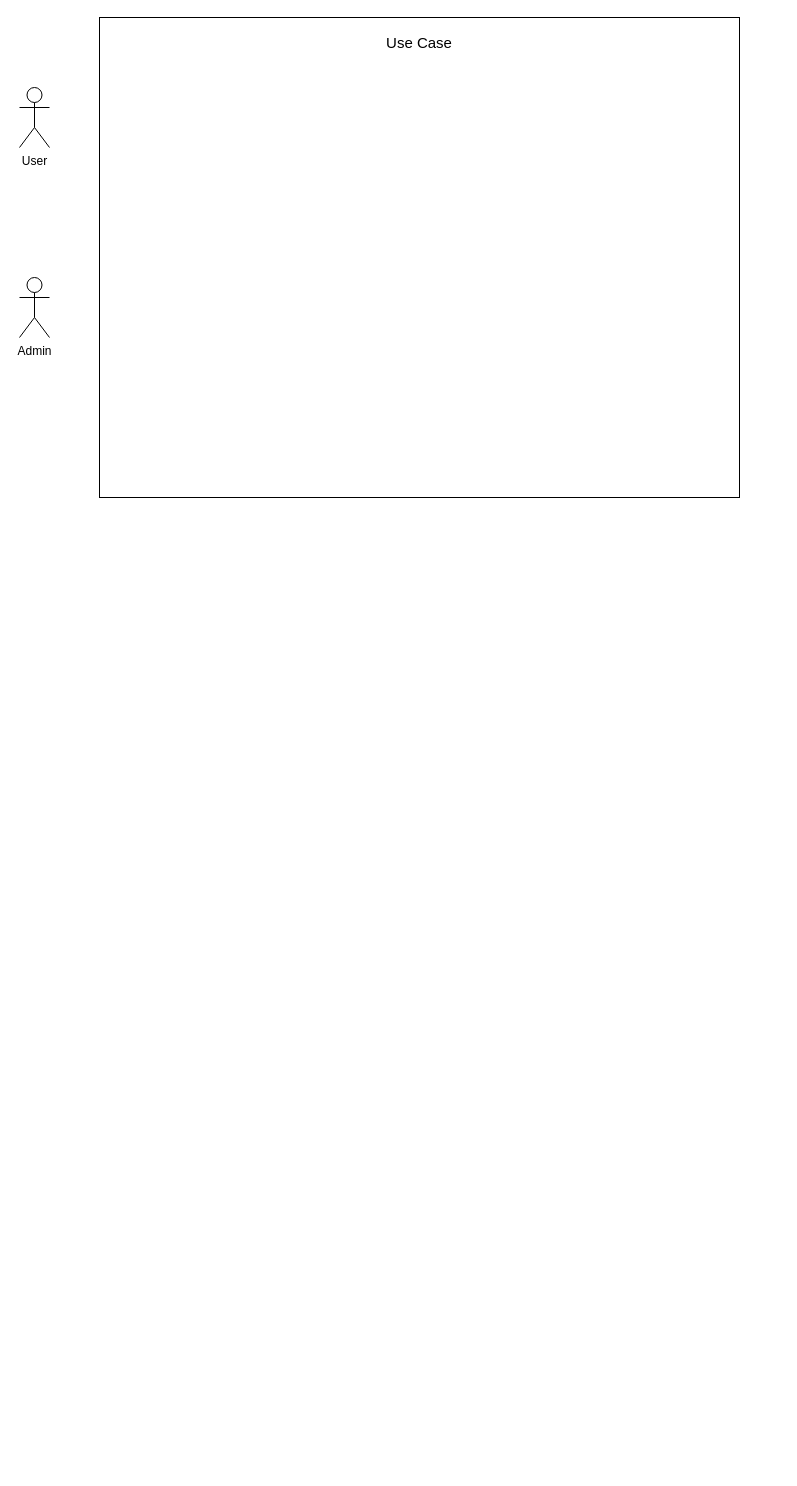
The draw.io diagram conception.drawio in aminelebrini/Greenify, before the edit. Source tidied: cells renumbered, new cells numbered last; positions are measured from the earlier drawing's top-left corner, leaving out a move shared by most shapes. Both pictures are drawn from the tidied source at 100%, with x=0, y=0 at pixel (19, 17).
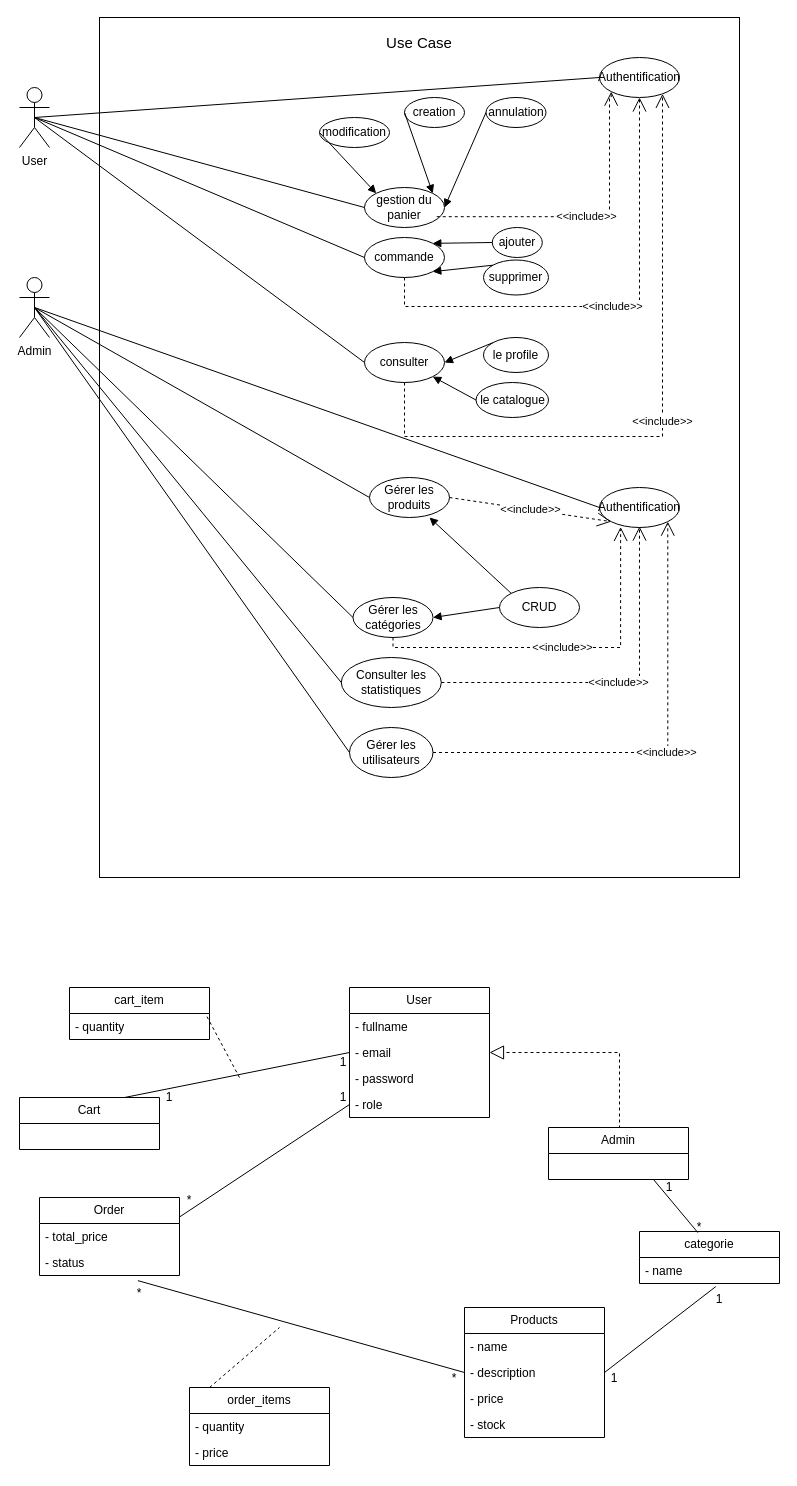
The same page after the edit.

Unchanged cells that the change refers to:
```xml
<mxCell id="4" value="User" style="shape=umlActor;verticalLabelPosition=bottom;verticalAlign=top;html=1;" parent="1" vertex="1">
  <mxGeometry y="70" width="30" height="60" as="geometry" />
</mxCell>
<mxCell id="5" value="Admin" style="shape=umlActor;verticalLabelPosition=bottom;verticalAlign=top;html=1;" parent="1" vertex="1">
  <mxGeometry y="260" width="30" height="60" as="geometry" />
</mxCell>
```

The edit, as a diff of the source:
```diff
@@
     <mxCell id="2" style="rounded=0;whiteSpace=wrap;html=1;" parent="1" vertex="1">
-      <mxGeometry x="80" width="640" height="480" as="geometry" />
+      <mxGeometry x="80" width="640" height="860" as="geometry" />
     </mxCell>
@@
+    <mxCell id="6" value="Authentification" style="ellipse;whiteSpace=wrap;html=1;" parent="1" vertex="1">
+      <mxGeometry x="580" y="40" width="80" height="40" as="geometry" />
+    </mxCell>
+    <mxCell id="7" value="gestion du panier" style="ellipse;whiteSpace=wrap;html=1;" parent="1" vertex="1">
+      <mxGeometry x="345" y="170" width="80" height="40" as="geometry" />
+    </mxCell>
+    <mxCell id="8" value="creation" style="ellipse;whiteSpace=wrap;html=1;" parent="1" vertex="1">
+      <mxGeometry x="385" y="80" width="60" height="30" as="geometry" />
+    </mxCell>
+    <mxCell id="9" value="annulation" style="ellipse;whiteSpace=wrap;html=1;" parent="1" vertex="1">
+      <mxGeometry x="466.5" y="80" width="60" height="30" as="geometry" />
+    </mxCell>
+    <mxCell id="10" style="endArrow=none;html=1;rounded=0;exitX=0.5;exitY=0.5;exitDx=0;exitDy=0;exitPerimeter=0;entryX=0;entryY=0.5;entryDx=0;entryDy=0;" parent="1" edge="1" source="4" target="7">
+      <mxGeometry relative="1" as="geometry" />
+    </mxCell>
+    <mxCell id="11" style="endArrow=block;endFill=1;html=1;align=left;verticalAlign=top;rounded=0;entryX=1;entryY=0;entryDx=0;entryDy=0;exitX=0;exitY=0.5;exitDx=0;exitDy=0;" parent="1" edge="1" source="8" target="7">
+      <mxGeometry x="-1" relative="1" as="geometry" />
+    </mxCell>
+    <mxCell id="12" style="endArrow=block;endFill=1;html=1;align=left;verticalAlign=top;rounded=0;entryX=1;entryY=0.5;entryDx=0;entryDy=0;exitX=0;exitY=0.5;exitDx=0;exitDy=0;" parent="1" edge="1" source="9" target="7">
+      <mxGeometry x="-1" relative="1" as="geometry" />
+    </mxCell>
+    <mxCell id="13" value="modification" style="ellipse;whiteSpace=wrap;html=1;" parent="1" vertex="1">
+      <mxGeometry x="300" y="100" width="70" height="30" as="geometry" />
+    </mxCell>
+    <mxCell id="14" style="endArrow=block;endFill=1;html=1;align=left;verticalAlign=top;rounded=0;entryX=0;entryY=0;entryDx=0;entryDy=0;exitX=0;exitY=0.5;exitDx=0;exitDy=0;" parent="1" edge="1" source="13" target="7">
+      <mxGeometry x="-1" relative="1" as="geometry" />
+    </mxCell>
+    <mxCell id="15" style="endArrow=none;html=1;rounded=0;exitX=0.5;exitY=0.5;exitDx=0;exitDy=0;exitPerimeter=0;entryX=0;entryY=0.5;entryDx=0;entryDy=0;" parent="1" edge="1" source="4" target="6">
+      <mxGeometry relative="1" as="geometry" />
+    </mxCell>
+    <mxCell id="16" value="commande" style="ellipse;whiteSpace=wrap;html=1;" parent="1" vertex="1">
+      <mxGeometry x="345" y="220" width="80" height="40" as="geometry" />
+    </mxCell>
+    <mxCell id="17" style="endArrow=none;html=1;rounded=0;exitX=0.5;exitY=0.5;exitDx=0;exitDy=0;exitPerimeter=0;entryX=0;entryY=0.5;entryDx=0;entryDy=0;" parent="1" edge="1" source="4" target="16">
+      <mxGeometry relative="1" as="geometry" />
+    </mxCell>
+    <mxCell id="18" value="ajouter" style="ellipse;whiteSpace=wrap;html=1;" parent="1" vertex="1">
+      <mxGeometry x="472.8" y="210" width="50" height="30" as="geometry" />
+    </mxCell>
+    <mxCell id="19" value="supprimer" style="ellipse;whiteSpace=wrap;html=1;" parent="1" vertex="1">
+      <mxGeometry x="464" y="242.5" width="65" height="35" as="geometry" />
+    </mxCell>
+    <mxCell id="20" style="endArrow=block;endFill=1;html=1;align=left;verticalAlign=top;rounded=0;entryX=1;entryY=0;entryDx=0;entryDy=0;exitX=0;exitY=0.5;exitDx=0;exitDy=0;" parent="1" edge="1" source="18" target="16">
+      <mxGeometry x="-1" relative="1" as="geometry" />
+    </mxCell>
+    <mxCell id="21" style="endArrow=block;endFill=1;html=1;align=left;verticalAlign=top;rounded=0;entryX=1;entryY=1;entryDx=0;entryDy=0;exitX=0;exitY=0;exitDx=0;exitDy=0;" parent="1" edge="1" source="19" target="16">
+      <mxGeometry x="-1" relative="1" as="geometry" />
+    </mxCell>
+    <mxCell id="22" value="consulter" style="ellipse;whiteSpace=wrap;html=1;" parent="1" vertex="1">
+      <mxGeometry x="345" y="325" width="80" height="40" as="geometry" />
+    </mxCell>
+    <mxCell id="23" value="le profile" style="ellipse;whiteSpace=wrap;html=1;" parent="1" vertex="1">
+      <mxGeometry x="464" y="320" width="65" height="35" as="geometry" />
+    </mxCell>
+    <mxCell id="24" style="endArrow=block;endFill=1;html=1;align=left;verticalAlign=top;rounded=0;entryX=1;entryY=0.5;entryDx=0;entryDy=0;exitX=0;exitY=0;exitDx=0;exitDy=0;" parent="1" edge="1" source="23" target="22">
+      <mxGeometry x="-1" relative="1" as="geometry" />
+    </mxCell>
+    <mxCell id="25" value="le catalogue" style="ellipse;whiteSpace=wrap;html=1;" parent="1" vertex="1">
+      <mxGeometry x="456.5" y="365" width="72.5" height="35" as="geometry" />
+    </mxCell>
+    <mxCell id="26" style="endArrow=block;endFill=1;html=1;align=left;verticalAlign=top;rounded=0;entryX=1;entryY=1;entryDx=0;entryDy=0;exitX=0;exitY=0.5;exitDx=0;exitDy=0;" parent="1" edge="1" source="25" target="22">
+      <mxGeometry x="-1" relative="1" as="geometry" />
+    </mxCell>
+    <mxCell id="27" style="endArrow=none;html=1;rounded=0;exitX=0.5;exitY=0.5;exitDx=0;exitDy=0;exitPerimeter=0;entryX=0;entryY=0.5;entryDx=0;entryDy=0;" parent="1" edge="1" source="4" target="22">
+      <mxGeometry relative="1" as="geometry" />
+    </mxCell>
+    <mxCell id="28" value="&amp;lt;&amp;lt;include&amp;gt;&amp;gt;" style="endArrow=open;endSize=12;dashed=1;html=1;rounded=0;entryX=0;entryY=1;entryDx=0;entryDy=0;edgeStyle=orthogonalEdgeStyle;exitX=0.903;exitY=0.73;exitDx=0;exitDy=0;exitPerimeter=0;" parent="1" edge="1" source="7" target="6">
+      <mxGeometry relative="1" as="geometry">
+        <Array as="points">
+          <mxPoint x="590" y="199" />
+          <mxPoint x="590" y="80" />
+          <mxPoint x="592" y="80" />
+        </Array>
+      </mxGeometry>
+    </mxCell>
+    <mxCell id="29" value="&amp;lt;&amp;lt;include&amp;gt;&amp;gt;" style="endArrow=open;endSize=12;dashed=1;html=1;rounded=0;edgeStyle=orthogonalEdgeStyle;exitX=0.5;exitY=1;exitDx=0;exitDy=0;" parent="1" edge="1" source="16" target="6">
+      <mxGeometry relative="1" as="geometry">
+        <Array as="points">
+          <mxPoint x="385" y="289" />
+          <mxPoint x="620" y="289" />
+        </Array>
+      </mxGeometry>
+    </mxCell>
+    <mxCell id="30" value="&amp;lt;&amp;lt;include&amp;gt;&amp;gt;" style="endArrow=open;endSize=12;dashed=1;html=1;rounded=0;edgeStyle=orthogonalEdgeStyle;exitX=0.5;exitY=1;exitDx=0;exitDy=0;" parent="1" edge="1" source="22" target="6">
+      <mxGeometry relative="1" as="geometry">
+        <Array as="points">
+          <mxPoint x="385" y="419" />
+          <mxPoint x="643" y="419" />
+        </Array>
+      </mxGeometry>
+    </mxCell>
+    <mxCell id="31" value="Gérer les produits" style="ellipse;whiteSpace=wrap;html=1;" parent="1" vertex="1">
+      <mxGeometry x="350" y="460" width="80" height="40" as="geometry" />
+    </mxCell>
+    <mxCell id="32" value="Gérer les catégories" style="ellipse;whiteSpace=wrap;html=1;" parent="1" vertex="1">
+      <mxGeometry x="333.5" y="580" width="80" height="40" as="geometry" />
+    </mxCell>
+    <mxCell id="33" value="Consulter les statistiques" style="ellipse;whiteSpace=wrap;html=1;" parent="1" vertex="1">
+      <mxGeometry x="321.8" y="640" width="100" height="50" as="geometry" />
+    </mxCell>
+    <mxCell id="34" value="Gérer les utilisateurs" style="ellipse;whiteSpace=wrap;html=1;" parent="1" vertex="1">
+      <mxGeometry x="330" y="710" width="83.5" height="50" as="geometry" />
+    </mxCell>
+    <mxCell id="35" style="endArrow=none;html=1;rounded=0;exitX=0.5;exitY=0.5;exitDx=0;exitDy=0;exitPerimeter=0;entryX=0;entryY=0.5;entryDx=0;entryDy=0;" parent="1" edge="1" source="5" target="31">
+      <mxGeometry relative="1" as="geometry" />
+    </mxCell>
+    <mxCell id="36" style="endArrow=none;html=1;rounded=0;entryX=0;entryY=0.5;entryDx=0;entryDy=0;exitX=0.5;exitY=0.5;exitDx=0;exitDy=0;exitPerimeter=0;" parent="1" edge="1" source="5" target="32">
+      <mxGeometry relative="1" as="geometry" />
+    </mxCell>
+    <mxCell id="37" style="endArrow=none;html=1;rounded=0;exitX=0.5;exitY=0.5;exitDx=0;exitDy=0;exitPerimeter=0;entryX=0;entryY=0.5;entryDx=0;entryDy=0;" parent="1" edge="1" source="5" target="33">
+      <mxGeometry relative="1" as="geometry" />
+    </mxCell>
+    <mxCell id="38" style="endArrow=none;html=1;rounded=0;entryX=0;entryY=0.5;entryDx=0;entryDy=0;exitX=0.5;exitY=0.5;exitDx=0;exitDy=0;exitPerimeter=0;" parent="1" edge="1" source="5" target="34">
+      <mxGeometry relative="1" as="geometry" />
+    </mxCell>
+    <mxCell id="39" value="Authentification" style="ellipse;whiteSpace=wrap;html=1;" parent="1" vertex="1">
+      <mxGeometry x="580" y="470" width="80" height="40" as="geometry" />
+    </mxCell>
+    <mxCell id="40" style="endArrow=none;html=1;rounded=0;exitX=0.5;exitY=0.5;exitDx=0;exitDy=0;exitPerimeter=0;entryX=0;entryY=0.5;entryDx=0;entryDy=0;" parent="1" edge="1" source="5" target="39">
+      <mxGeometry relative="1" as="geometry" />
+    </mxCell>
+    <mxCell id="41" value="CRUD" style="ellipse;whiteSpace=wrap;html=1;" parent="1" vertex="1">
+      <mxGeometry x="480" y="570" width="80" height="40" as="geometry" />
+    </mxCell>
+    <mxCell id="42" style="endArrow=block;endFill=1;html=1;align=left;verticalAlign=top;rounded=0;entryX=0.75;entryY=1;entryDx=0;entryDy=0;exitX=0;exitY=0;exitDx=0;exitDy=0;entryPerimeter=0;" parent="1" edge="1" source="41" target="31">
+      <mxGeometry x="-1" relative="1" as="geometry" />
+    </mxCell>
+    <mxCell id="43" style="endArrow=block;endFill=1;html=1;align=left;verticalAlign=top;rounded=0;entryX=1;entryY=0.5;entryDx=0;entryDy=0;exitX=0;exitY=0.5;exitDx=0;exitDy=0;" parent="1" edge="1" source="41" target="32">
+      <mxGeometry x="-1" relative="1" as="geometry" />
+    </mxCell>
+    <mxCell id="44" value="&amp;lt;&amp;lt;include&amp;gt;&amp;gt;" style="endArrow=open;endSize=12;dashed=1;html=1;rounded=0;exitX=1;exitY=0.5;exitDx=0;exitDy=0;entryX=0;entryY=1;entryDx=0;entryDy=0;" parent="1" edge="1" source="31" target="39">
+      <mxGeometry relative="1" as="geometry" />
+    </mxCell>
+    <mxCell id="45" value="&amp;lt;&amp;lt;include&amp;gt;&amp;gt;" style="endArrow=open;endSize=12;dashed=1;html=1;rounded=0;exitX=0.5;exitY=1;exitDx=0;exitDy=0;entryX=0.264;entryY=0.987;entryDx=0;entryDy=0;edgeStyle=orthogonalEdgeStyle;entryPerimeter=0;" parent="1" edge="1" source="32" target="39">
+      <mxGeometry relative="1" as="geometry" />
+    </mxCell>
+    <mxCell id="46" value="&amp;lt;&amp;lt;include&amp;gt;&amp;gt;" style="endArrow=open;endSize=12;dashed=1;html=1;rounded=0;exitX=1;exitY=0.5;exitDx=0;exitDy=0;edgeStyle=orthogonalEdgeStyle;" parent="1" edge="1" source="33">
+      <mxGeometry relative="1" as="geometry">
+        <mxPoint x="620" y="509" as="targetPoint" />
+        <Array as="points">
+          <mxPoint x="620" y="665" />
+          <mxPoint x="620" y="509" />
+        </Array>
+      </mxGeometry>
+    </mxCell>
+    <mxCell id="47" value="&amp;lt;&amp;lt;include&amp;gt;&amp;gt;" style="endArrow=open;endSize=12;dashed=1;html=1;rounded=0;exitX=1;exitY=0.5;exitDx=0;exitDy=0;entryX=1;entryY=1;entryDx=0;entryDy=0;edgeStyle=orthogonalEdgeStyle;" parent="1" edge="1" source="34" target="39">
+      <mxGeometry relative="1" as="geometry" />
+    </mxCell>
+    <mxCell id="48" value="User" style="swimlane;fontStyle=0;horizontal=1;startSize=26;fillColor=none;whiteSpace=wrap;html=1;" parent="1" vertex="1">
+      <mxGeometry x="330" y="970" width="140" height="130" as="geometry" />
+    </mxCell>
+    <mxCell id="49" value="- fullname" style="text;strokeColor=none;fillColor=none;align=left;verticalAlign=top;spacingLeft=4;spacingRight=4;overflow=hidden;whiteSpace=wrap;html=1;" parent="48" vertex="1">
+      <mxGeometry y="26" width="140" height="26" as="geometry" />
+    </mxCell>
+    <mxCell id="50" value="- email" style="text;strokeColor=none;fillColor=none;align=left;verticalAlign=top;spacingLeft=4;spacingRight=4;overflow=hidden;points=[[0,0.5],[1,0.5]];portConstraint=eastwest;whiteSpace=wrap;html=1;" parent="48" vertex="1">
+      <mxGeometry y="52" width="140" height="26" as="geometry" />
+    </mxCell>
+    <mxCell id="51" value="- password" style="text;strokeColor=none;fillColor=none;align=left;verticalAlign=top;spacingLeft=4;spacingRight=4;overflow=hidden;whiteSpace=wrap;html=1;" parent="48" vertex="1">
+      <mxGeometry y="78" width="140" height="26" as="geometry" />
+    </mxCell>
+    <mxCell id="52" value="- role" style="text;strokeColor=none;fillColor=none;align=left;verticalAlign=top;spacingLeft=4;spacingRight=4;overflow=hidden;points=[[0,0.5],[1,0.5]];portConstraint=eastwest;whiteSpace=wrap;html=1;" parent="48" vertex="1">
+      <mxGeometry y="104" width="140" height="26" as="geometry" />
+    </mxCell>
+    <mxCell id="53" value="Cart" style="swimlane;fontStyle=0;horizontal=1;startSize=26;fillColor=none;whiteSpace=wrap;html=1;" parent="1" vertex="1">
+      <mxGeometry y="1080" width="140" height="52" as="geometry" />
+    </mxCell>
+    <mxCell id="54" value="Order" style="swimlane;fontStyle=0;horizontal=1;startSize=26;fillColor=none;whiteSpace=wrap;html=1;" parent="1" vertex="1">
+      <mxGeometry x="20" y="1180" width="140" height="78" as="geometry" />
+    </mxCell>
+    <mxCell id="55" value="- total_price" style="text;strokeColor=none;fillColor=none;align=left;verticalAlign=top;spacingLeft=4;spacingRight=4;overflow=hidden;whiteSpace=wrap;html=1;" parent="54" vertex="1">
+      <mxGeometry y="26" width="140" height="26" as="geometry" />
+    </mxCell>
+    <mxCell id="56" value="- status" style="text;strokeColor=none;fillColor=none;align=left;verticalAlign=top;spacingLeft=4;spacingRight=4;overflow=hidden;points=[[0,0.5],[1,0.5]];portConstraint=eastwest;whiteSpace=wrap;html=1;" parent="54" vertex="1">
+      <mxGeometry y="52" width="140" height="26" as="geometry" />
+    </mxCell>
+    <mxCell id="57" value="Products" style="swimlane;fontStyle=0;horizontal=1;startSize=26;fillColor=none;whiteSpace=wrap;html=1;" parent="1" vertex="1">
+      <mxGeometry x="445" y="1290" width="140" height="130" as="geometry" />
+    </mxCell>
+    <mxCell id="58" value="- name" style="text;strokeColor=none;fillColor=none;align=left;verticalAlign=top;spacingLeft=4;spacingRight=4;overflow=hidden;whiteSpace=wrap;html=1;" parent="57" vertex="1">
+      <mxGeometry y="26" width="140" height="26" as="geometry" />
+    </mxCell>
+    <mxCell id="59" value="-&amp;nbsp;description" style="text;strokeColor=none;fillColor=none;align=left;verticalAlign=top;spacingLeft=4;spacingRight=4;overflow=hidden;points=[[0,0.5],[1,0.5]];portConstraint=eastwest;whiteSpace=wrap;html=1;" parent="57" vertex="1">
+      <mxGeometry y="52" width="140" height="26" as="geometry" />
+    </mxCell>
+    <mxCell id="60" value="- price" style="text;strokeColor=none;fillColor=none;align=left;verticalAlign=top;spacingLeft=4;spacingRight=4;overflow=hidden;whiteSpace=wrap;html=1;" parent="57" vertex="1">
+      <mxGeometry y="78" width="140" height="26" as="geometry" />
+    </mxCell>
+    <mxCell id="61" value="- stock" style="text;strokeColor=none;fillColor=none;align=left;verticalAlign=top;spacingLeft=4;spacingRight=4;overflow=hidden;whiteSpace=wrap;html=1;" parent="57" vertex="1">
+      <mxGeometry y="104" width="140" height="26" as="geometry" />
+    </mxCell>
+    <mxCell id="62" value="Admin" style="swimlane;fontStyle=0;horizontal=1;startSize=26;fillColor=none;whiteSpace=wrap;html=1;" parent="1" vertex="1">
+      <mxGeometry x="529" y="1110" width="140" height="52" as="geometry" />
+    </mxCell>
+    <mxCell id="63" style="endArrow=block;dashed=1;endFill=0;endSize=12;html=1;rounded=0;entryX=1;entryY=0.5;entryDx=0;entryDy=0;edgeStyle=orthogonalEdgeStyle;exitX=0.5;exitY=0;exitDx=0;exitDy=0;" parent="1" edge="1" source="62" target="50">
+      <mxGeometry relative="1" as="geometry">
+        <Array as="points">
+          <mxPoint x="600" y="1110" />
+          <mxPoint x="600" y="1035" />
+        </Array>
+      </mxGeometry>
+    </mxCell>
+    <mxCell id="64" style="endArrow=none;html=1;rounded=0;entryX=0;entryY=0.5;entryDx=0;entryDy=0;exitX=0.75;exitY=0;exitDx=0;exitDy=0;" parent="1" edge="1" source="53" target="50">
+      <mxGeometry relative="1" as="geometry" />
+    </mxCell>
+    <mxCell id="65" value="cart_item" style="swimlane;fontStyle=0;horizontal=1;startSize=26;fillColor=none;whiteSpace=wrap;html=1;" parent="1" vertex="1">
+      <mxGeometry x="50" y="970" width="140" height="52" as="geometry" />
+    </mxCell>
+    <mxCell id="66" value="- quantity" style="text;strokeColor=none;fillColor=none;align=left;verticalAlign=top;spacingLeft=4;spacingRight=4;overflow=hidden;points=[[0,0.5],[1,0.5]];portConstraint=eastwest;whiteSpace=wrap;html=1;" parent="65" vertex="1">
+      <mxGeometry y="26" width="140" height="26" as="geometry" />
+    </mxCell>
+    <mxCell id="67" style="endArrow=none;dashed=1;html=1;rounded=0;entryX=0.972;entryY=0.021;entryDx=0;entryDy=0;entryPerimeter=0;" parent="1" edge="1" target="66">
+      <mxGeometry relative="1" as="geometry">
+        <mxPoint x="220" y="1060" as="sourcePoint" />
+      </mxGeometry>
+    </mxCell>
+    <mxCell id="68" value="order_items" style="swimlane;fontStyle=0;horizontal=1;startSize=26;fillColor=none;whiteSpace=wrap;html=1;" parent="1" vertex="1">
+      <mxGeometry x="170" y="1370" width="140" height="78" as="geometry" />
+    </mxCell>
+    <mxCell id="69" value="- quantity" style="text;strokeColor=none;fillColor=none;align=left;verticalAlign=top;spacingLeft=4;spacingRight=4;overflow=hidden;whiteSpace=wrap;html=1;" parent="68" vertex="1">
+      <mxGeometry y="26" width="140" height="26" as="geometry" />
+    </mxCell>
+    <mxCell id="70" value="- price" style="text;strokeColor=none;fillColor=none;align=left;verticalAlign=top;spacingLeft=4;spacingRight=4;overflow=hidden;whiteSpace=wrap;html=1;" parent="68" vertex="1">
+      <mxGeometry y="52" width="140" height="26" as="geometry" />
+    </mxCell>
+    <mxCell id="71" style="endArrow=none;html=1;rounded=0;exitX=1;exitY=0.25;exitDx=0;exitDy=0;entryX=0;entryY=0.5;entryDx=0;entryDy=0;" parent="1" edge="1" source="54" target="52">
+      <mxGeometry relative="1" as="geometry" />
+    </mxCell>
+    <mxCell id="72" style="endArrow=none;dashed=1;html=1;rounded=0;exitX=0.144;exitY=-0.001;exitDx=0;exitDy=0;exitPerimeter=0;" parent="1" edge="1" source="68">
+      <mxGeometry relative="1" as="geometry">
+        <mxPoint x="260" y="1310" as="targetPoint" />
+      </mxGeometry>
+    </mxCell>
+    <mxCell id="73" style="endArrow=none;html=1;rounded=0;exitX=0.417;exitY=0.022;exitDx=0;exitDy=0;exitPerimeter=0;entryX=0.75;entryY=1;entryDx=0;entryDy=0;" parent="1" edge="1" source="84" target="62">
+      <mxGeometry relative="1" as="geometry" />
+    </mxCell>
+    <mxCell id="74" style="endArrow=none;html=1;rounded=0;exitX=0.703;exitY=1.198;exitDx=0;exitDy=0;exitPerimeter=0;entryX=0;entryY=0.5;entryDx=0;entryDy=0;" parent="1" edge="1" source="56" target="59">
+      <mxGeometry relative="1" as="geometry" />
+    </mxCell>
+    <mxCell id="75" value="1" style="text;html=1;whiteSpace=wrap;strokeColor=none;fillColor=none;align=center;verticalAlign=middle;rounded=0;" parent="1" vertex="1">
+      <mxGeometry x="313.5" y="1070" width="20" height="20" as="geometry" />
+    </mxCell>
+    <mxCell id="76" value="*" style="text;html=1;whiteSpace=wrap;strokeColor=none;fillColor=none;align=center;verticalAlign=middle;rounded=0;" parent="1" vertex="1">
+      <mxGeometry x="160" y="1173" width="20" height="20" as="geometry" />
+    </mxCell>
+    <mxCell id="77" value="1" style="text;html=1;whiteSpace=wrap;strokeColor=none;fillColor=none;align=center;verticalAlign=middle;rounded=0;" parent="1" vertex="1">
+      <mxGeometry x="313.5" y="1035" width="20" height="20" as="geometry" />
+    </mxCell>
+    <mxCell id="78" value="1" style="text;html=1;whiteSpace=wrap;strokeColor=none;fillColor=none;align=center;verticalAlign=middle;rounded=0;" parent="1" vertex="1">
+      <mxGeometry x="140" y="1070" width="20" height="20" as="geometry" />
+    </mxCell>
+    <mxCell id="79" value="*" style="text;html=1;whiteSpace=wrap;strokeColor=none;fillColor=none;align=center;verticalAlign=middle;rounded=0;" parent="1" vertex="1">
+      <mxGeometry x="110" y="1266" width="20" height="20" as="geometry" />
+    </mxCell>
+    <mxCell id="80" value="*" style="text;html=1;whiteSpace=wrap;strokeColor=none;fillColor=none;align=center;verticalAlign=middle;rounded=0;" parent="1" vertex="1">
+      <mxGeometry x="425" y="1351" width="20" height="20" as="geometry" />
+    </mxCell>
+    <mxCell id="81" value="1" style="text;html=1;whiteSpace=wrap;strokeColor=none;fillColor=none;align=center;verticalAlign=middle;rounded=0;" parent="1" vertex="1">
+      <mxGeometry x="585" y="1351" width="20" height="20" as="geometry" />
+    </mxCell>
+    <mxCell id="82" value="1" style="text;html=1;whiteSpace=wrap;strokeColor=none;fillColor=none;align=center;verticalAlign=middle;rounded=0;" parent="1" vertex="1">
+      <mxGeometry x="690" y="1272" width="20" height="20" as="geometry" />
+    </mxCell>
+    <mxCell id="83" value="1" style="text;html=1;whiteSpace=wrap;strokeColor=none;fillColor=none;align=center;verticalAlign=middle;rounded=0;" parent="1" vertex="1">
+      <mxGeometry x="640" y="1160" width="20" height="20" as="geometry" />
+    </mxCell>
+    <mxCell id="84" value="categorie" style="swimlane;fontStyle=0;horizontal=1;startSize=26;fillColor=none;whiteSpace=wrap;html=1;" parent="1" vertex="1">
+      <mxGeometry x="620" y="1214" width="140" height="52" as="geometry" />
+    </mxCell>
+    <mxCell id="85" value="- name" style="text;strokeColor=none;fillColor=none;align=left;verticalAlign=top;spacingLeft=4;spacingRight=4;overflow=hidden;points=[[0,0.5],[1,0.5]];portConstraint=eastwest;whiteSpace=wrap;html=1;" parent="84" vertex="1">
+      <mxGeometry y="26" width="140" height="26" as="geometry" />
+    </mxCell>
+    <mxCell id="86" style="endArrow=none;html=1;rounded=0;exitX=1;exitY=0.5;exitDx=0;exitDy=0;entryX=0.545;entryY=1.118;entryDx=0;entryDy=0;entryPerimeter=0;" parent="1" edge="1" source="59" target="85">
+      <mxGeometry relative="1" as="geometry" />
+    </mxCell>
+    <mxCell id="87" value="*" style="text;html=1;whiteSpace=wrap;strokeColor=none;fillColor=none;align=center;verticalAlign=middle;rounded=0;" parent="1" vertex="1">
+      <mxGeometry x="670" y="1200" width="20" height="20" as="geometry" />
+    </mxCell>
```
